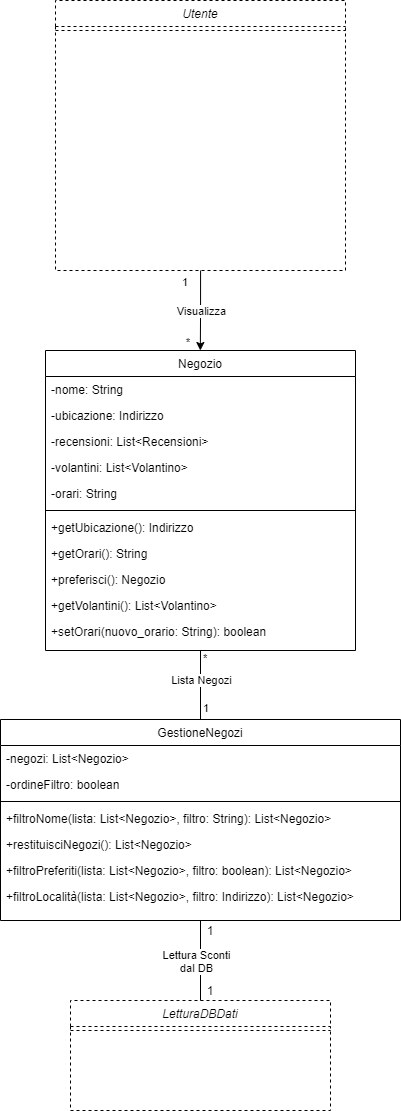
Earlier version of the draw.io export UML/DiagrammaClassiNegozi.png (G15-UniTN/iSpesa). Source tidied: cells renumbered, new cells last; positions are measured from the earlier drawing's top-left corner, leaving out a move shared by most shapes. Its diagram source:
```xml
<mxGraphModel>
  <root>
    <mxCell id="0" />
    <mxCell id="1" parent="0" />
    <mxCell id="2" value="Negozio" style="swimlane;fontStyle=0;align=center;verticalAlign=top;horizontal=1;startSize=26;rounded=0;shadow=0;strokeWidth=1;" parent="1" vertex="1">
      <mxGeometry x="45" y="350" width="310" height="300" as="geometry" />
    </mxCell>
    <mxCell id="3" value="-nome: String" style="text;align=left;verticalAlign=top;spacingLeft=4;spacingRight=4;overflow=hidden;" parent="2" vertex="1">
      <mxGeometry y="26" width="310" height="26" as="geometry" />
    </mxCell>
    <mxCell id="4" value="-ubicazione: Indirizzo" style="text;align=left;verticalAlign=top;spacingLeft=4;spacingRight=4;overflow=hidden;" parent="2" vertex="1">
      <mxGeometry y="52" width="310" height="26" as="geometry" />
    </mxCell>
    <mxCell id="5" value="-recensioni: List&lt;Recensioni&gt;" style="text;align=left;verticalAlign=top;spacingLeft=4;spacingRight=4;overflow=hidden;" parent="2" vertex="1">
      <mxGeometry y="78" width="310" height="26" as="geometry" />
    </mxCell>
    <mxCell id="6" value="-volantini: List&lt;Volantino&gt;" style="text;align=left;verticalAlign=top;spacingLeft=4;spacingRight=4;overflow=hidden;" parent="2" vertex="1">
      <mxGeometry y="104" width="310" height="26" as="geometry" />
    </mxCell>
    <mxCell id="7" value="-orari: String" style="text;align=left;verticalAlign=top;spacingLeft=4;spacingRight=4;overflow=hidden;" parent="2" vertex="1">
      <mxGeometry y="130" width="310" height="26" as="geometry" />
    </mxCell>
    <mxCell id="8" style="line;html=1;strokeWidth=1;align=left;verticalAlign=middle;spacingTop=-1;spacingLeft=3;spacingRight=3;labelPosition=right;" parent="2" vertex="1">
      <mxGeometry y="156" width="310" height="8" as="geometry" />
    </mxCell>
    <mxCell id="9" value="+getUbicazione(): Indirizzo" style="text;align=left;verticalAlign=top;spacingLeft=4;spacingRight=4;overflow=hidden;" parent="2" vertex="1">
      <mxGeometry y="164" width="310" height="26" as="geometry" />
    </mxCell>
    <mxCell id="10" value="+getOrari(): String" style="text;align=left;verticalAlign=top;spacingLeft=4;spacingRight=4;overflow=hidden;" parent="2" vertex="1">
      <mxGeometry y="190" width="310" height="26" as="geometry" />
    </mxCell>
    <mxCell id="11" value="+preferisci(): Negozio" style="text;align=left;verticalAlign=top;spacingLeft=4;spacingRight=4;overflow=hidden;" parent="2" vertex="1">
      <mxGeometry y="216" width="310" height="26" as="geometry" />
    </mxCell>
    <mxCell id="12" value="+getVolantini(): List&lt;Volantino&gt;" style="text;align=left;verticalAlign=top;spacingLeft=4;spacingRight=4;overflow=hidden;" parent="2" vertex="1">
      <mxGeometry y="242" width="310" height="26" as="geometry" />
    </mxCell>
    <mxCell id="13" value="+setOrari(nuovo_orario: String): boolean" style="text;align=left;verticalAlign=top;spacingLeft=4;spacingRight=4;overflow=hidden;" parent="2" vertex="1">
      <mxGeometry y="268" width="310" height="26" as="geometry" />
    </mxCell>
    <mxCell id="14" style="edgeStyle=orthogonalEdgeStyle;rounded=0;jettySize=auto;html=1;exitX=0.5;exitY=0;exitDx=0;exitDy=0;entryX=0.5;entryY=1;entryDx=0;entryDy=0;endArrow=none;endFill=0;startArrow=none;startFill=0;" parent="1" edge="1" source="15" target="2">
      <mxGeometry relative="1" as="geometry" />
    </mxCell>
    <mxCell id="15" value="GestioneNegozi" style="swimlane;fontStyle=0;align=center;verticalAlign=top;horizontal=1;startSize=26;rounded=0;shadow=0;strokeWidth=1;" parent="1" vertex="1">
      <mxGeometry y="719" width="400" height="201" as="geometry" />
    </mxCell>
    <mxCell id="16" value="-negozi: List&lt;Negozio&gt;" style="text;align=left;verticalAlign=top;spacingLeft=4;spacingRight=4;overflow=hidden;" parent="15" vertex="1">
      <mxGeometry y="26" width="400" height="26" as="geometry" />
    </mxCell>
    <mxCell id="17" value="-ordineFiltro: boolean" style="text;align=left;verticalAlign=top;spacingLeft=4;spacingRight=4;overflow=hidden;" parent="15" vertex="1">
      <mxGeometry y="52" width="400" height="26" as="geometry" />
    </mxCell>
    <mxCell id="18" style="line;html=1;strokeWidth=1;align=left;verticalAlign=middle;spacingTop=-1;spacingLeft=3;spacingRight=3;labelPosition=right;" parent="15" vertex="1">
      <mxGeometry y="78" width="400" height="8" as="geometry" />
    </mxCell>
    <mxCell id="19" value="+filtroNome(lista: List&lt;Negozio&gt;, filtro: String): List&lt;Negozio&gt;" style="text;align=left;verticalAlign=top;spacingLeft=4;spacingRight=4;overflow=hidden;" parent="15" vertex="1">
      <mxGeometry y="86" width="400" height="26" as="geometry" />
    </mxCell>
    <mxCell id="20" value="+restituisciNegozi(): List&lt;Negozio&gt;" style="text;align=left;verticalAlign=top;spacingLeft=4;spacingRight=4;overflow=hidden;" parent="15" vertex="1">
      <mxGeometry y="112" width="400" height="26" as="geometry" />
    </mxCell>
    <mxCell id="21" value="+filtroPreferiti(lista: List&lt;Negozio&gt;, filtro: boolean): List&lt;Negozio&gt;" style="text;align=left;verticalAlign=top;spacingLeft=4;spacingRight=4;overflow=hidden;" parent="15" vertex="1">
      <mxGeometry y="138" width="400" height="26" as="geometry" />
    </mxCell>
    <mxCell id="22" value="+filtroLocalità(lista: List&lt;Negozio&gt;, filtro: Indirizzo): List&lt;Negozio&gt;" style="text;align=left;verticalAlign=top;spacingLeft=4;spacingRight=4;overflow=hidden;" parent="15" vertex="1">
      <mxGeometry y="164" width="400" height="26" as="geometry" />
    </mxCell>
    <mxCell id="23" value="Utente" style="swimlane;fontStyle=2;align=center;verticalAlign=top;horizontal=1;startSize=26;rounded=0;shadow=0;strokeWidth=1;dashed=1;" parent="1" vertex="1">
      <mxGeometry x="55" width="290" height="270" as="geometry" />
    </mxCell>
    <mxCell id="24" style="line;html=1;strokeWidth=1;align=left;verticalAlign=middle;spacingTop=-1;spacingLeft=3;spacingRight=3;labelPosition=right;dashed=1;" parent="23" vertex="1">
      <mxGeometry y="26" width="290" height="8" as="geometry" />
    </mxCell>
    <mxCell id="25" value="LetturaDBDati" style="swimlane;fontStyle=2;align=center;verticalAlign=top;horizontal=1;startSize=26;rounded=0;shadow=0;strokeWidth=1;dashed=1;" parent="1" vertex="1">
      <mxGeometry x="70" y="1000" width="260" height="110" as="geometry" />
    </mxCell>
    <mxCell id="26" style="line;html=1;strokeWidth=1;align=left;verticalAlign=middle;spacingTop=-1;spacingLeft=3;spacingRight=3;labelPosition=right;dashed=1;" parent="25" vertex="1">
      <mxGeometry y="26" width="260" height="8" as="geometry" />
    </mxCell>
    <mxCell id="27" value="Lista Negozi" style="edgeLabel;html=1;align=center;verticalAlign=middle;" parent="1" vertex="1">
      <mxGeometry x="190" y="680" as="geometry">
        <mxPoint x="10" y="-1" as="offset" />
      </mxGeometry>
    </mxCell>
    <mxCell id="28" value="*" style="edgeLabel;html=1;align=left;verticalAlign=bottom;" parent="1" vertex="1">
      <mxGeometry x="450" y="540" as="geometry">
        <mxPoint x="-249" y="126" as="offset" />
      </mxGeometry>
    </mxCell>
    <mxCell id="29" value="1" style="edgeLabel;html=1;align=left;verticalAlign=bottom;" parent="1" vertex="1">
      <mxGeometry x="450" y="590" as="geometry">
        <mxPoint x="-249" y="126" as="offset" />
      </mxGeometry>
    </mxCell>
    <mxCell id="30" style="edgeStyle=orthogonalEdgeStyle;rounded=0;jettySize=auto;html=1;startArrow=none;startFill=0;endArrow=none;endFill=0;entryX=0.5;entryY=1;entryDx=0;entryDy=0;exitX=0.5;exitY=0;exitDx=0;exitDy=0;" parent="1" edge="1" source="25" target="15">
      <mxGeometry relative="1" as="geometry" />
    </mxCell>
    <mxCell id="31" value="Lettura Sconti&lt;br&gt;dal DB" style="edgeLabel;html=1;align=center;verticalAlign=middle;" parent="1" vertex="1">
      <mxGeometry x="240" y="370" as="geometry">
        <mxPoint x="-45" y="590" as="offset" />
      </mxGeometry>
    </mxCell>
    <mxCell id="32" value="1" style="text;html=1;strokeColor=none;fillColor=none;align=center;verticalAlign=middle;whiteSpace=wrap;rounded=0;" parent="1" vertex="1">
      <mxGeometry x="190" y="980" width="40" height="20" as="geometry" />
    </mxCell>
    <mxCell id="33" style="endArrow=classic;html=1;entryX=0.5;entryY=0;entryDx=0;entryDy=0;edgeStyle=orthogonalEdgeStyle;rounded=0;" parent="1" edge="1">
      <mxGeometry relative="1" as="geometry">
        <mxPoint x="200.1" y="270" as="sourcePoint" />
        <mxPoint x="199.8" y="350" as="targetPoint" />
        <Array as="points">
          <mxPoint x="200.1" y="310" />
        </Array>
      </mxGeometry>
    </mxCell>
    <mxCell id="34" value="Visualizza" style="edgeLabel;html=1;align=center;verticalAlign=middle;" parent="33" vertex="1">
      <mxGeometry relative="1" as="geometry" />
    </mxCell>
    <mxCell id="35" value="1" style="edgeLabel;html=1;align=left;verticalAlign=bottom;" parent="33" vertex="1">
      <mxGeometry x="-1" relative="1" as="geometry">
        <mxPoint x="-20" y="20" as="offset" />
      </mxGeometry>
    </mxCell>
    <mxCell id="36" value="*" style="edgeLabel;html=1;align=right;verticalAlign=bottom;" parent="33" vertex="1">
      <mxGeometry x="1" relative="1" as="geometry">
        <mxPoint x="-10" as="offset" />
      </mxGeometry>
    </mxCell>
    <mxCell id="37" value="1" style="text;html=1;strokeColor=none;fillColor=none;align=center;verticalAlign=middle;whiteSpace=wrap;rounded=0;" parent="1" vertex="1">
      <mxGeometry x="190" y="920" width="40" height="20" as="geometry" />
    </mxCell>
  </root>
</mxGraphModel>
```
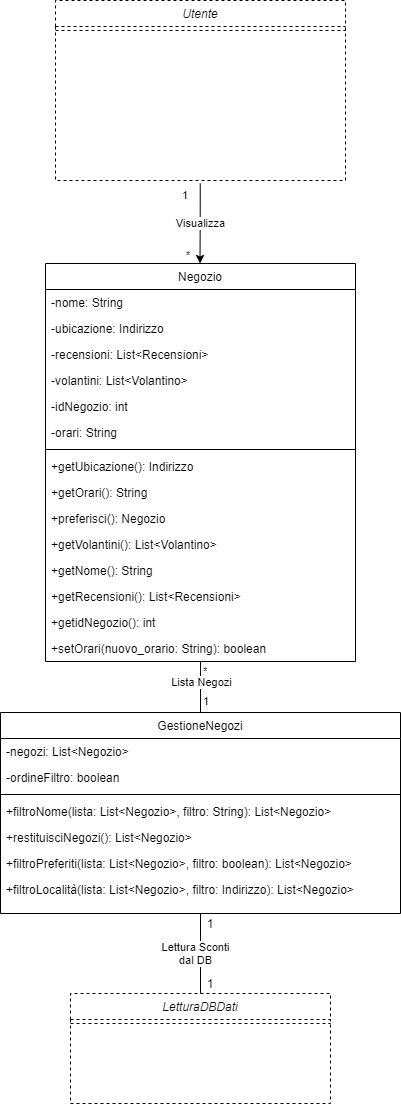
Later version of the same file.

The edit, as a diff of the source:
```diff
@@ -3,7 +3,7 @@
     <mxCell id="0" />
     <mxCell id="1" parent="0" />
     <mxCell id="2" value="Negozio" style="swimlane;fontStyle=0;align=center;verticalAlign=top;horizontal=1;startSize=26;rounded=0;shadow=0;strokeWidth=1;" parent="1" vertex="1">
-      <mxGeometry x="45" y="350" width="310" height="300" as="geometry" />
+      <mxGeometry x="45" y="270" width="310" height="398" as="geometry" />
     </mxCell>
     <mxCell id="3" value="-nome: String" style="text;align=left;verticalAlign=top;spacingLeft=4;spacingRight=4;overflow=hidden;" parent="2" vertex="1">
       <mxGeometry y="26" width="310" height="26" as="geometry" />
@@ -17,26 +17,38 @@
     <mxCell id="6" value="-volantini: List&lt;Volantino&gt;" style="text;align=left;verticalAlign=top;spacingLeft=4;spacingRight=4;overflow=hidden;" parent="2" vertex="1">
       <mxGeometry y="104" width="310" height="26" as="geometry" />
     </mxCell>
+    <mxCell id="38" value="-idNegozio: int" style="text;align=left;verticalAlign=top;spacingLeft=4;spacingRight=4;overflow=hidden;" parent="2" vertex="1">
+      <mxGeometry y="130" width="310" height="26" as="geometry" />
+    </mxCell>
     <mxCell id="7" value="-orari: String" style="text;align=left;verticalAlign=top;spacingLeft=4;spacingRight=4;overflow=hidden;" parent="2" vertex="1">
-      <mxGeometry y="130" width="310" height="26" as="geometry" />
+      <mxGeometry y="156" width="310" height="26" as="geometry" />
     </mxCell>
     <mxCell id="8" style="line;html=1;strokeWidth=1;align=left;verticalAlign=middle;spacingTop=-1;spacingLeft=3;spacingRight=3;labelPosition=right;" parent="2" vertex="1">
-      <mxGeometry y="156" width="310" height="8" as="geometry" />
+      <mxGeometry y="182" width="310" height="8" as="geometry" />
     </mxCell>
     <mxCell id="9" value="+getUbicazione(): Indirizzo" style="text;align=left;verticalAlign=top;spacingLeft=4;spacingRight=4;overflow=hidden;" parent="2" vertex="1">
-      <mxGeometry y="164" width="310" height="26" as="geometry" />
+      <mxGeometry y="190" width="310" height="26" as="geometry" />
     </mxCell>
     <mxCell id="10" value="+getOrari(): String" style="text;align=left;verticalAlign=top;spacingLeft=4;spacingRight=4;overflow=hidden;" parent="2" vertex="1">
-      <mxGeometry y="190" width="310" height="26" as="geometry" />
+      <mxGeometry y="216" width="310" height="26" as="geometry" />
     </mxCell>
     <mxCell id="11" value="+preferisci(): Negozio" style="text;align=left;verticalAlign=top;spacingLeft=4;spacingRight=4;overflow=hidden;" parent="2" vertex="1">
-      <mxGeometry y="216" width="310" height="26" as="geometry" />
+      <mxGeometry y="242" width="310" height="26" as="geometry" />
     </mxCell>
     <mxCell id="12" value="+getVolantini(): List&lt;Volantino&gt;" style="text;align=left;verticalAlign=top;spacingLeft=4;spacingRight=4;overflow=hidden;" parent="2" vertex="1">
-      <mxGeometry y="242" width="310" height="26" as="geometry" />
+      <mxGeometry y="268" width="310" height="26" as="geometry" />
     </mxCell>
+    <mxCell id="39" value="+getNome(): String" style="text;align=left;verticalAlign=top;spacingLeft=4;spacingRight=4;overflow=hidden;" parent="2" vertex="1">
+      <mxGeometry y="294" width="310" height="26" as="geometry" />
+    </mxCell>
+    <mxCell id="40" value="+getRecensioni(): List&lt;Recensioni&gt;" style="text;align=left;verticalAlign=top;spacingLeft=4;spacingRight=4;overflow=hidden;" parent="2" vertex="1">
+      <mxGeometry y="320" width="310" height="26" as="geometry" />
+    </mxCell>
+    <mxCell id="41" value="+getidNegozio(): int" style="text;align=left;verticalAlign=top;spacingLeft=4;spacingRight=4;overflow=hidden;" parent="2" vertex="1">
+      <mxGeometry y="346" width="310" height="26" as="geometry" />
+    </mxCell>
     <mxCell id="13" value="+setOrari(nuovo_orario: String): boolean" style="text;align=left;verticalAlign=top;spacingLeft=4;spacingRight=4;overflow=hidden;" parent="2" vertex="1">
-      <mxGeometry y="268" width="310" height="26" as="geometry" />
+      <mxGeometry y="372" width="310" height="26" as="geometry" />
     </mxCell>
     <mxCell id="14" style="edgeStyle=orthogonalEdgeStyle;rounded=0;jettySize=auto;html=1;exitX=0.5;exitY=0;exitDx=0;exitDy=0;entryX=0.5;entryY=1;entryDx=0;entryDy=0;endArrow=none;endFill=0;startArrow=none;startFill=0;" parent="1" edge="1" source="15" target="2">
       <mxGeometry relative="1" as="geometry" />
@@ -66,7 +78,7 @@
       <mxGeometry y="164" width="400" height="26" as="geometry" />
     </mxCell>
     <mxCell id="23" value="Utente" style="swimlane;fontStyle=2;align=center;verticalAlign=top;horizontal=1;startSize=26;rounded=0;shadow=0;strokeWidth=1;dashed=1;" parent="1" vertex="1">
-      <mxGeometry x="55" width="290" height="270" as="geometry" />
+      <mxGeometry x="55" y="7" width="290" height="180" as="geometry" />
     </mxCell>
     <mxCell id="24" style="line;html=1;strokeWidth=1;align=left;verticalAlign=middle;spacingTop=-1;spacingLeft=3;spacingRight=3;labelPosition=right;dashed=1;" parent="23" vertex="1">
       <mxGeometry y="26" width="290" height="8" as="geometry" />
@@ -78,12 +90,12 @@
       <mxGeometry y="26" width="260" height="8" as="geometry" />
     </mxCell>
     <mxCell id="27" value="Lista Negozi" style="edgeLabel;html=1;align=center;verticalAlign=middle;" parent="1" vertex="1">
-      <mxGeometry x="190" y="680" as="geometry">
+      <mxGeometry x="190" y="690" as="geometry">
         <mxPoint x="10" y="-1" as="offset" />
       </mxGeometry>
     </mxCell>
     <mxCell id="28" value="*" style="edgeLabel;html=1;align=left;verticalAlign=bottom;" parent="1" vertex="1">
-      <mxGeometry x="450" y="540" as="geometry">
+      <mxGeometry x="450" y="560" as="geometry">
         <mxPoint x="-249" y="126" as="offset" />
       </mxGeometry>
     </mxCell>
@@ -105,10 +117,10 @@
     </mxCell>
     <mxCell id="33" style="endArrow=classic;html=1;entryX=0.5;entryY=0;entryDx=0;entryDy=0;edgeStyle=orthogonalEdgeStyle;rounded=0;" parent="1" edge="1">
       <mxGeometry relative="1" as="geometry">
-        <mxPoint x="200.1" y="270" as="sourcePoint" />
-        <mxPoint x="199.8" y="350" as="targetPoint" />
+        <mxPoint x="199.7" y="190" as="sourcePoint" />
+        <mxPoint x="199.5" y="270" as="targetPoint" />
         <Array as="points">
-          <mxPoint x="200.1" y="310" />
+          <mxPoint x="199.7" y="230" />
         </Array>
       </mxGeometry>
     </mxCell>
```
